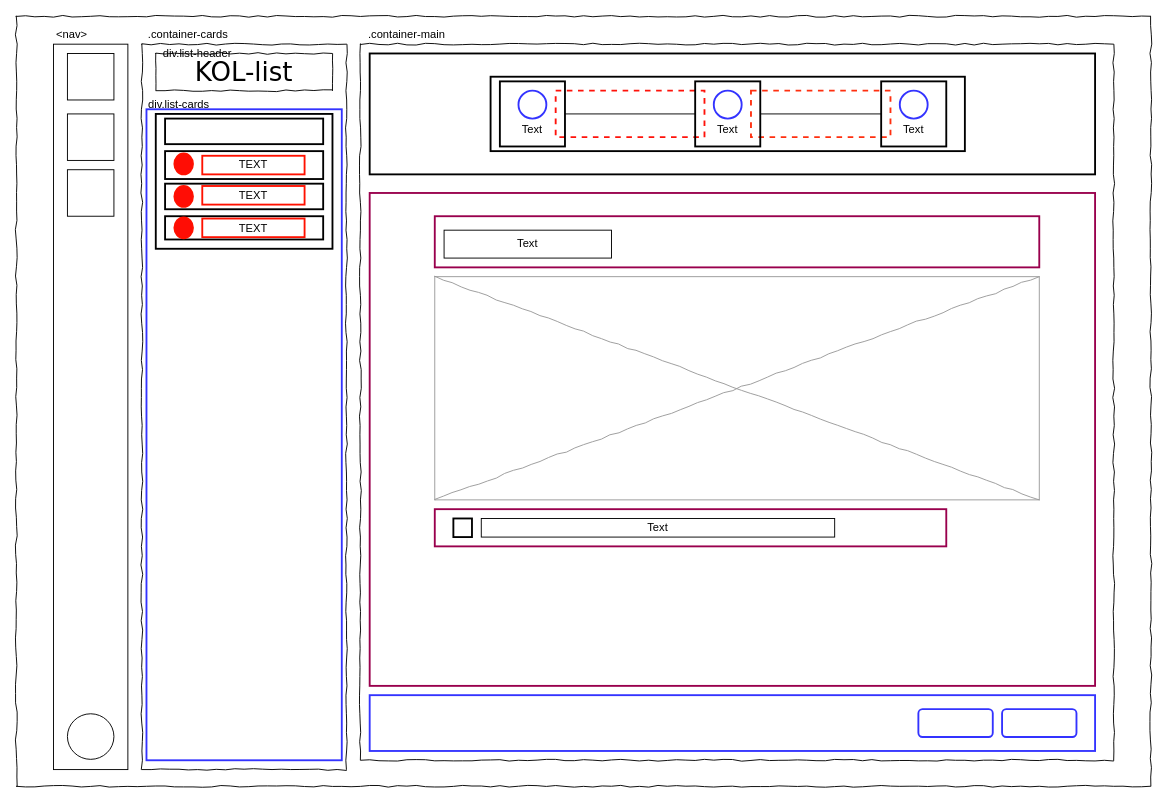
iita71737/KOL-plateform-mockup keeps this draw.io diagram as Untitled Diagram.drawio. Above is the earlier version. Source tidied: cells renumbered, new cells numbered last; positions are measured from the earlier drawing's top-left corner, leaving out a move shared by most shapes. Both pictures are drawn from the tidied source at 93%, with x=0, y=0 at pixel (16, 16).
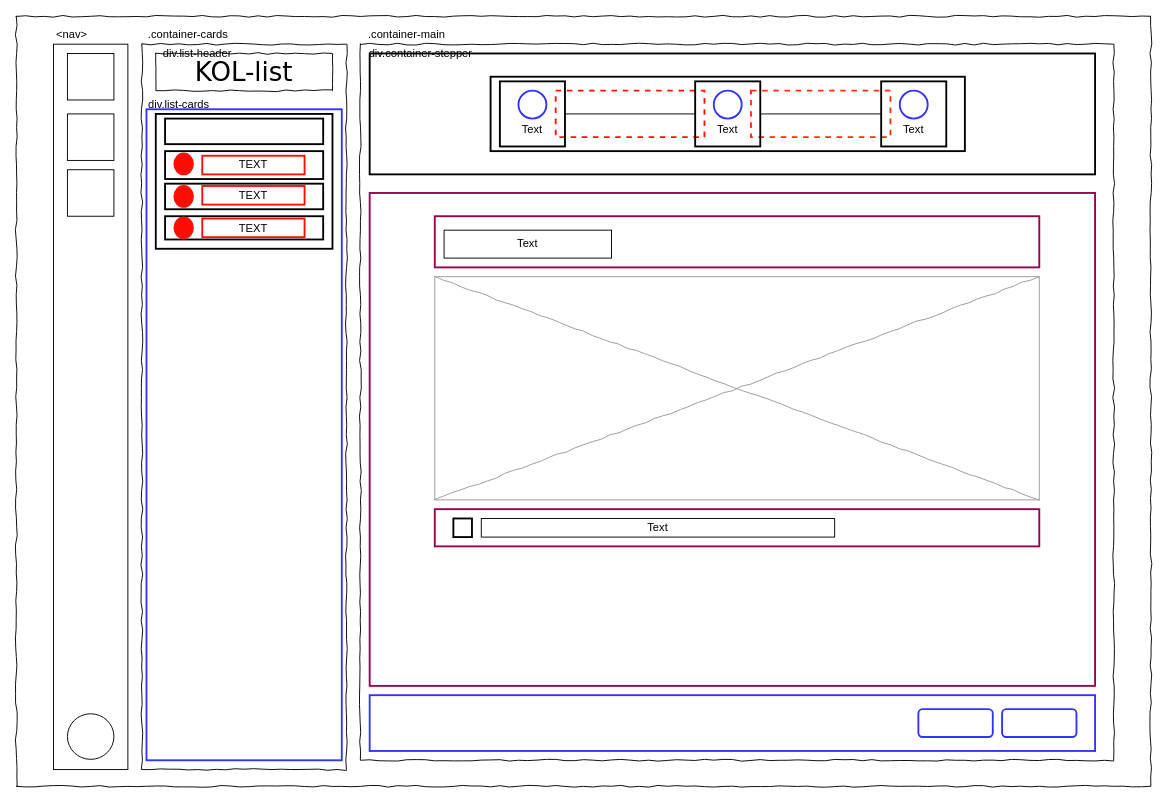
Above is the later version.

Change to the diagram source:
```diff
@@
     <mxCell id="33" style="rounded=0;whiteSpace=wrap;html=1;strokeColor=#99004D;strokeWidth=2;fillColor=none;" parent="1" vertex="1">
-      <mxGeometry x="450" y="530" width="550" height="40" as="geometry" />
+      <mxGeometry x="450" y="530" width="650" height="40" as="geometry" />
     </mxCell>
@@
+    <mxCell id="53" value="div.container-stepper&lt;br&gt;" style="text;html=1;strokeColor=none;fillColor=none;align=center;verticalAlign=middle;whiteSpace=wrap;rounded=0;" parent="1" vertex="1">
+      <mxGeometry x="370" y="30" width="130" height="20" as="geometry" />
+    </mxCell>
```
